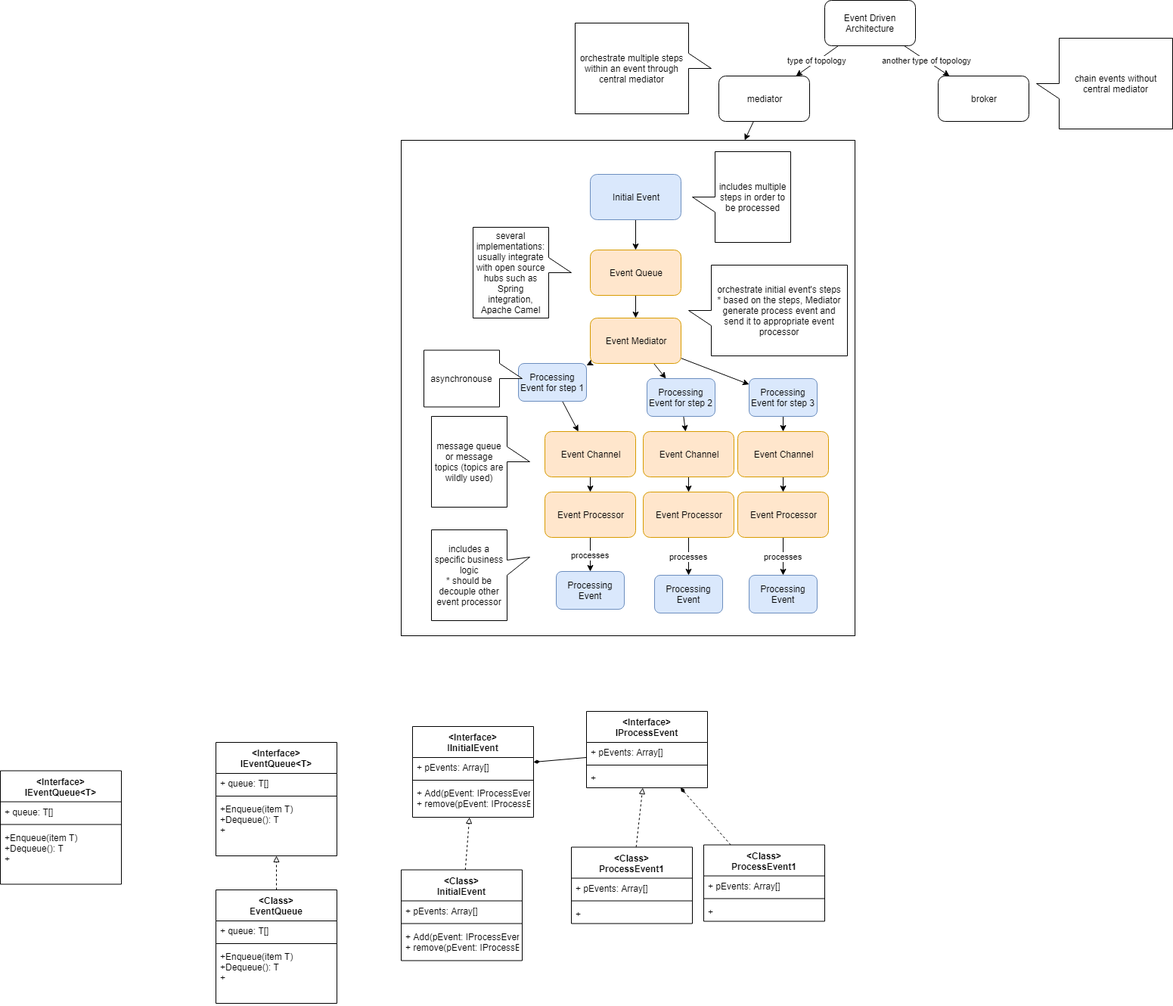
Earlier version of the draw.io export event_driven_arch.png (stsiwo/ddd_concept). Source tidied: cells renumbered, new cells last; positions are measured from the earlier drawing's top-left corner, leaving out a move shared by most shapes.
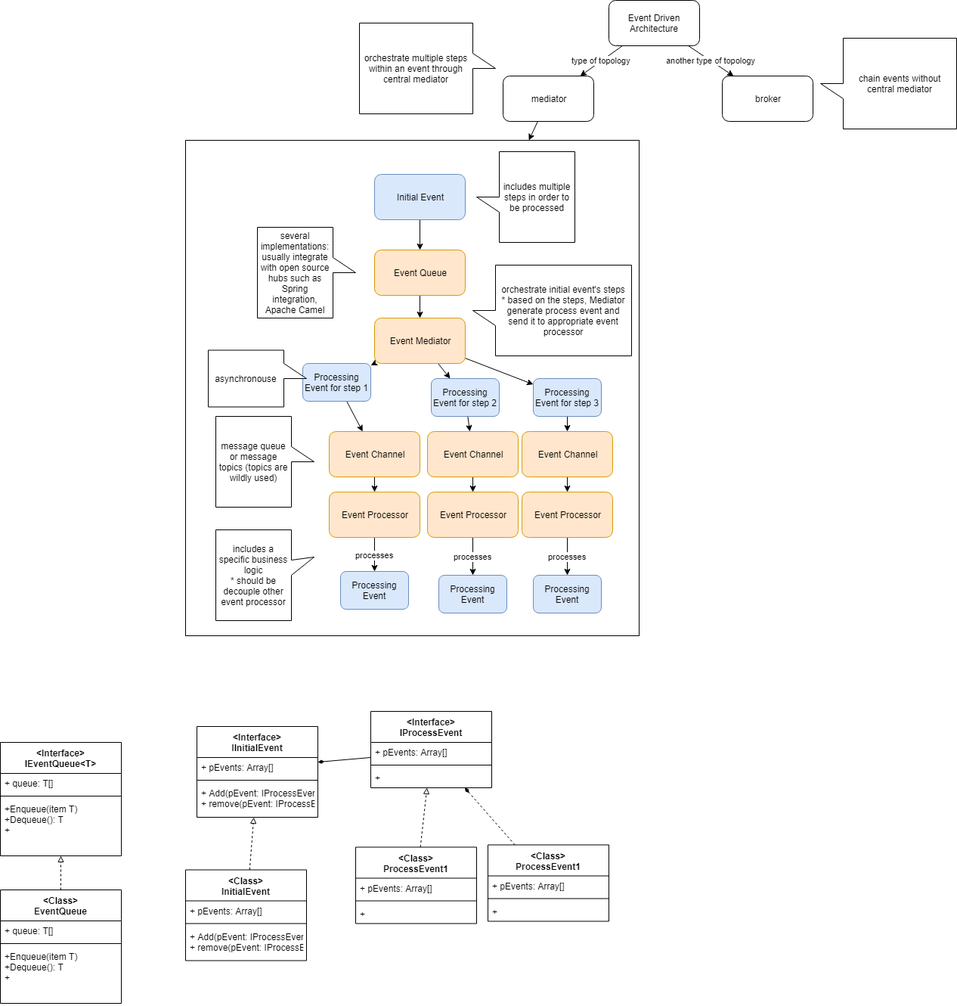
Above is the later version.

The edit, as a diff of the source:
```diff
@@ -218,18 +218,6 @@
     <mxCell id="73" value="+Enqueue(item T)&#10;+Dequeue(): T&#10;+ &#10;" style="text;strokeColor=none;fillColor=none;align=left;verticalAlign=top;spacingLeft=4;spacingRight=4;overflow=hidden;" parent="70" vertex="1">
       <mxGeometry y="75" width="160" height="75" as="geometry" />
     </mxCell>
-    <mxCell id="74" value="&lt;Interface&gt;&#10;IEventQueue&lt;T&gt;&#10;" style="swimlane;fontStyle=1;align=center;verticalAlign=top;horizontal=1;startSize=41;" parent="1" vertex="1">
-      <mxGeometry y="1018.5" width="160" height="150" as="geometry" />
-    </mxCell>
-    <mxCell id="75" value="+ queue: T[]" style="text;strokeColor=none;fillColor=none;align=left;verticalAlign=top;spacingLeft=4;spacingRight=4;overflow=hidden;" parent="74" vertex="1">
-      <mxGeometry y="41" width="160" height="26" as="geometry" />
-    </mxCell>
-    <mxCell id="76" style="line;strokeWidth=1;fillColor=none;align=left;verticalAlign=middle;spacingTop=-1;spacingLeft=3;spacingRight=3;labelPosition=right;" parent="74" vertex="1">
-      <mxGeometry y="67" width="160" height="8" as="geometry" />
-    </mxCell>
-    <mxCell id="77" value="+Enqueue(item T)&#10;+Dequeue(): T&#10;+ &#10;" style="text;strokeColor=none;fillColor=none;align=left;verticalAlign=top;spacingLeft=4;spacingRight=4;overflow=hidden;" parent="74" vertex="1">
-      <mxGeometry y="75" width="160" height="75" as="geometry" />
-    </mxCell>
     <mxCell id="78" style="edgeStyle=none;rounded=0;html=1;dashed=1;endArrow=block;endFill=0;jettySize=auto;" parent="1" edge="1" source="79" target="70">
       <mxGeometry relative="1" as="geometry" />
     </mxCell>
```
